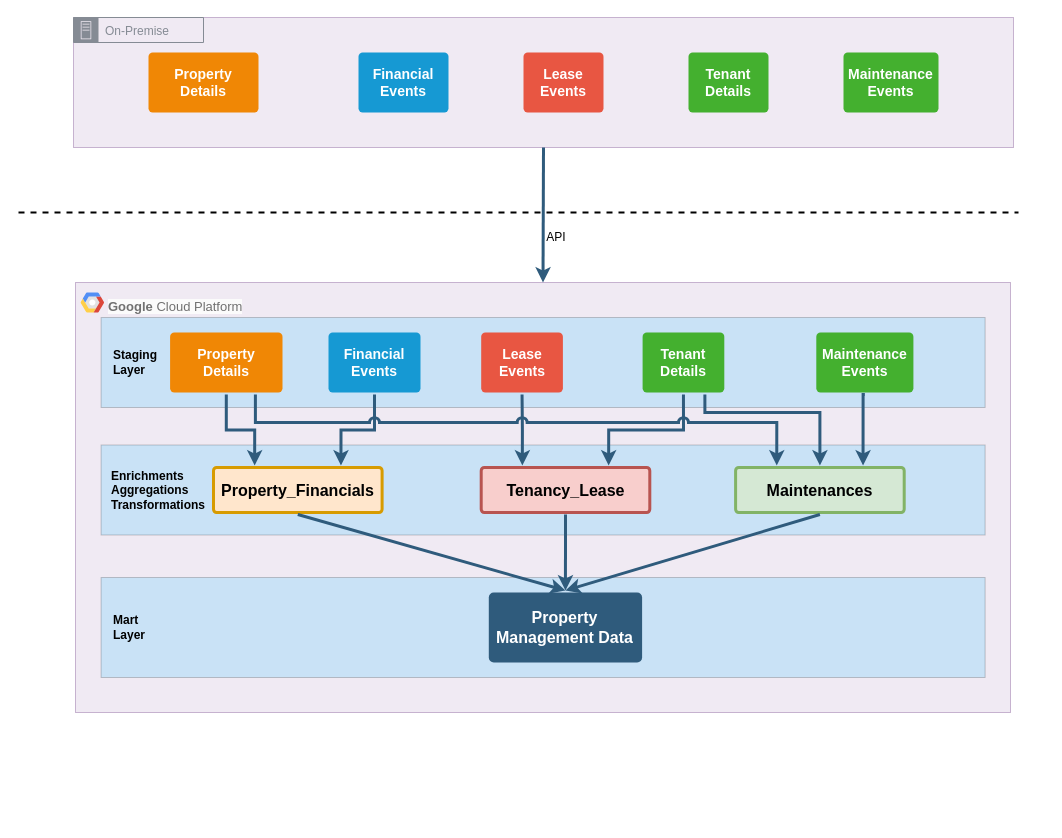
Before: PFP-Sample/PFP-HLD-Design.drawio in harshaldharme/ProjectSpaces, a draw.io diagram. Source tidied: cells renumbered, new cells numbered last; positions are measured from the earlier drawing's top-left corner, leaving out a move shared by most shapes. Both pictures are drawn from the tidied source at 100%, with x=0, y=0 at pixel (18, 17). Pictures stored in the file or linked from it are replaced by grey dashed boxes.
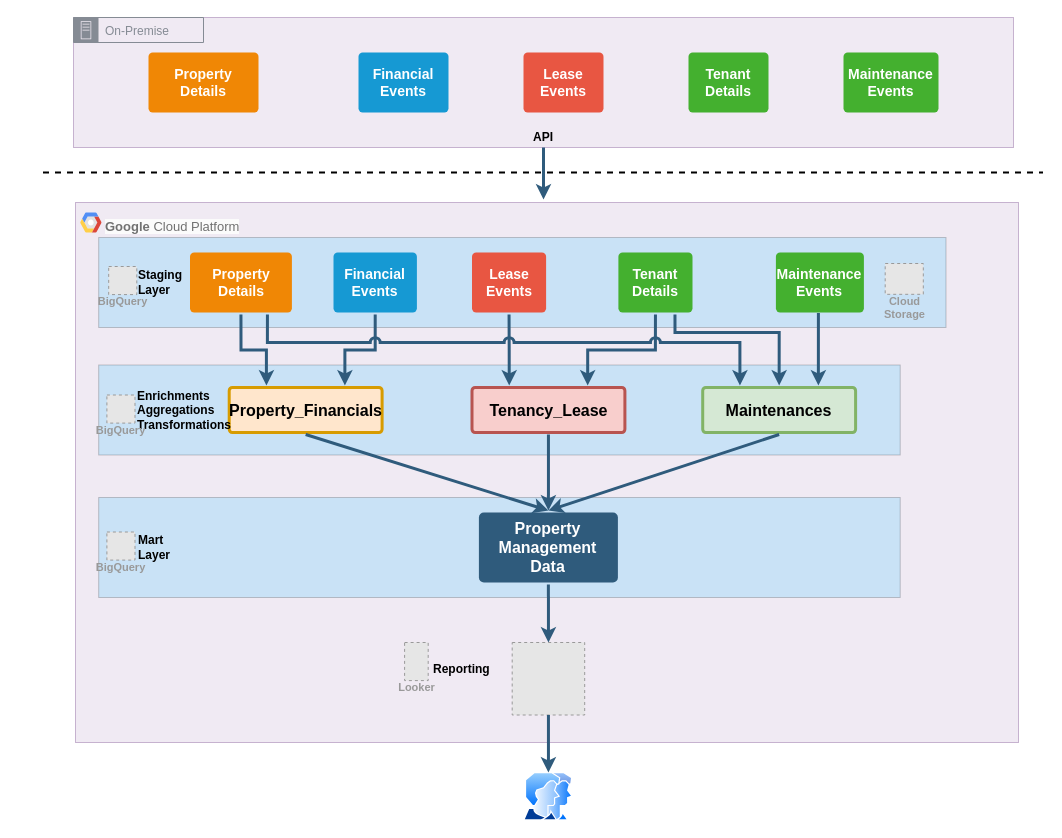
After the change.

Unchanged cells that the change refers to:
```xml
<mxCell id="33" style="rounded=0;whiteSpace=wrap;html=1;fillColor=#e1d5e7;strokeColor=#9673a6;opacity=50;" parent="32" vertex="1">
  <mxGeometry width="940" height="130" as="geometry" />
</mxCell>
```

What changed in the source:
```diff
@@
     <mxCell id="2" style="group;" parent="1" vertex="1">
-      <mxGeometry x="57" y="265" width="935" height="430" as="geometry" />
+      <mxGeometry x="57" y="185" width="943" height="548" as="geometry" />
     </mxCell>
     <mxCell id="3" style="rounded=0;whiteSpace=wrap;html=1;fillColor=#e1d5e7;strokeColor=#9673a6;opacity=50;" parent="2" vertex="1">
-      <mxGeometry width="935" height="430" as="geometry" />
+      <mxGeometry width="943" height="540" as="geometry" />
     </mxCell>
     <mxCell id="4" style="rounded=0;whiteSpace=wrap;html=1;opacity=20;fillColor=#30C1FF;" parent="2" vertex="1">
-      <mxGeometry x="25.6" y="295" width="884" height="100" as="geometry" />
+      <mxGeometry x="23.2" y="295" width="801.5" height="100" as="geometry" />
     </mxCell>
     <mxCell id="5" style="rounded=0;whiteSpace=wrap;html=1;opacity=20;fillColor=#30C1FF;" parent="2" vertex="1">
-      <mxGeometry x="25.6" y="35" width="884" height="90" as="geometry" />
+      <mxGeometry x="23.2" y="35" width="847.3" height="90" as="geometry" />
     </mxCell>
     <mxCell id="6" style="rounded=0;whiteSpace=wrap;html=1;opacity=20;fillColor=#30C1FF;" parent="2" vertex="1">
-      <mxGeometry x="25.6" y="162.5" width="884" height="90" as="geometry" />
+      <mxGeometry x="23.2" y="162.5" width="801.5" height="90" as="geometry" />
     </mxCell>
     <mxCell id="7" style="group;" parent="2" vertex="1">
-      <mxGeometry x="25.5" y="10" width="189" height="40" as="geometry" />
+      <mxGeometry x="23.2" y="10" width="171.4" height="40" as="geometry" />
     </mxCell>
     <mxCell id="8" style="shape=mxgraph.gcp2.google_cloud_platform;fillColor=#F6F6F6;strokeColor=none;shadow=0;gradientColor=none;" parent="7" vertex="1">
-      <mxGeometry x="-20.4" width="23.5" height="20" as="geometry">
+      <mxGeometry x="-18.5" width="21.3" height="20" as="geometry">
         <mxPoint x="20" y="10" as="offset" />
       </mxGeometry>
     </mxCell>
     <mxCell id="9" value="&lt;font style=&quot;font-size: 13px;&quot;&gt;&lt;b style=&quot;forced-color-adjust: none; color: rgb(113, 113, 113); font-family: Helvetica; font-style: normal; font-variant-ligatures: normal; font-variant-caps: normal; letter-spacing: normal; orphans: 2; text-align: left; text-indent: 0px; text-transform: none; widows: 2; word-spacing: 0px; -webkit-text-stroke-width: 0px; white-space: nowrap; background-color: rgb(251, 251, 251); text-decoration-thickness: initial; text-decoration-style: initial; text-decoration-color: initial;&quot;&gt;Google&amp;nbsp;&lt;/b&gt;&lt;span style=&quot;color: rgb(113, 113, 113); font-family: Helvetica; font-style: normal; font-variant-ligatures: normal; font-variant-caps: normal; font-weight: 400; letter-spacing: normal; orphans: 2; text-align: left; text-indent: 0px; text-transform: none; widows: 2; word-spacing: 0px; -webkit-text-stroke-width: 0px; white-space: nowrap; background-color: rgb(251, 251, 251); text-decoration-thickness: initial; text-decoration-style: initial; text-decoration-color: initial; float: none; display: inline !important;&quot;&gt;Cloud Platform&lt;/span&gt;&lt;/font&gt;" style="text;whiteSpace=wrap;html=1;" parent="7" vertex="1">
-      <mxGeometry x="5.1" width="183.9" height="40" as="geometry" />
+      <mxGeometry x="4.6" width="166.8" height="40" as="geometry" />
     </mxCell>
     <mxCell id="10" value="Financial Events" style="rounded=1;whiteSpace=wrap;html=1;shadow=0;labelBackgroundColor=none;strokeColor=none;strokeWidth=3;fillColor=#1699d3;fontFamily=Helvetica;fontSize=14;fontColor=#FFFFFF;align=center;spacing=5;fontStyle=1;arcSize=7;perimeterSpacing=2;" parent="2" vertex="1">
-      <mxGeometry x="253" y="50" width="92" height="60" as="geometry" />
+      <mxGeometry x="258" y="50" width="83.4" height="60" as="geometry" />
     </mxCell>
     <mxCell id="11" value="Lease Events" style="rounded=1;whiteSpace=wrap;html=1;shadow=0;labelBackgroundColor=none;strokeColor=none;strokeWidth=3;fillColor=#e85642;fontFamily=Helvetica;fontSize=14;fontColor=#FFFFFF;align=center;spacing=5;fontStyle=1;arcSize=7;perimeterSpacing=2;" parent="2" vertex="1">
-      <mxGeometry x="405.7" y="50" width="81.7" height="60" as="geometry" />
+      <mxGeometry x="396.5" y="50" width="74.1" height="60" as="geometry" />
     </mxCell>
     <mxCell id="12" value="Property_Financials" style="rounded=1;whiteSpace=wrap;html=1;shadow=0;labelBackgroundColor=none;strokeColor=#d79b00;strokeWidth=3;fillColor=#ffe6cc;fontFamily=Helvetica;fontSize=16;align=center;fontStyle=1;spacing=5;arcSize=7;perimeterSpacing=2;" parent="2" vertex="1">
-      <mxGeometry x="138" y="185" width="168.6" height="45" as="geometry" />
+      <mxGeometry x="153.7" y="185" width="152.9" height="45" as="geometry" />
     </mxCell>
@@
     <mxCell id="14" value="Tenant Details" style="rounded=1;whiteSpace=wrap;html=1;shadow=0;labelBackgroundColor=none;strokeColor=none;strokeWidth=3;fillColor=#44B02F;fontFamily=Helvetica;fontSize=14;fontColor=#FFFFFF;align=center;spacing=5;fontStyle=1;arcSize=7;perimeterSpacing=2;" parent="2" vertex="1">
-      <mxGeometry x="567.1" y="50" width="81.7" height="60" as="geometry" />
+      <mxGeometry x="542.9" y="50" width="74.1" height="60" as="geometry" />
     </mxCell>
     <mxCell id="15" value="Maintenance Events" style="rounded=1;whiteSpace=wrap;html=1;shadow=0;labelBackgroundColor=none;strokeColor=none;strokeWidth=3;fillColor=#44B02F;fontFamily=Helvetica;fontSize=14;fontColor=#FFFFFF;align=center;spacing=5;fontStyle=1;arcSize=7;perimeterSpacing=2;" parent="2" vertex="1">
-      <mxGeometry x="740.8" y="50" width="97.1" height="60" as="geometry" />
+      <mxGeometry x="700.4" y="50" width="88" height="60" as="geometry" />
     </mxCell>
     <mxCell id="16" value="Property Details" style="rounded=1;whiteSpace=wrap;html=1;shadow=0;labelBackgroundColor=none;strokeColor=none;strokeWidth=3;fillColor=#F08705;fontFamily=Helvetica;fontSize=14;fontColor=#FFFFFF;align=center;spacing=5;fontStyle=1;arcSize=7;perimeterSpacing=2;" parent="2" vertex="1">
-      <mxGeometry x="94.6" y="50" width="112.4" height="60" as="geometry" />
+      <mxGeometry x="114.5" y="50" width="101.9" height="60" as="geometry" />
     </mxCell>
@@
     <mxCell id="18" value="Property Management Data" style="rounded=1;whiteSpace=wrap;html=1;shadow=0;labelBackgroundColor=none;strokeColor=none;strokeWidth=3;fillColor=#2F5B7C;fontFamily=Helvetica;fontSize=16;fontColor=#FFFFFF;align=center;fontStyle=1;spacing=5;arcSize=7;perimeterSpacing=2;" parent="2" vertex="1">
-      <mxGeometry x="413.3" y="310" width="153.3" height="70" as="geometry" />
+      <mxGeometry x="403.4" y="310" width="139" height="70" as="geometry" />
     </mxCell>
     <mxCell id="19" value="Tenancy_Lease" style="rounded=1;whiteSpace=wrap;html=1;shadow=0;labelBackgroundColor=none;strokeColor=#b85450;strokeWidth=3;fillColor=#f8cecc;fontFamily=Helvetica;fontSize=16;align=center;fontStyle=1;spacing=5;arcSize=7;perimeterSpacing=2;" parent="2" vertex="1">
-      <mxGeometry x="405.7" y="185" width="168.6" height="45" as="geometry" />
+      <mxGeometry x="396.5" y="185" width="152.9" height="45" as="geometry" />
     </mxCell>
@@
     <mxCell id="22" value="Maintenances" style="rounded=1;whiteSpace=wrap;html=1;shadow=0;labelBackgroundColor=none;strokeColor=#82b366;strokeWidth=3;fillColor=#d5e8d4;fontFamily=Helvetica;fontSize=16;align=center;fontStyle=1;spacing=5;arcSize=7;perimeterSpacing=2;" parent="2" vertex="1">
-      <mxGeometry x="660.1" y="185" width="168.6" height="45" as="geometry" />
+      <mxGeometry x="627.2" y="185" width="152.9" height="45" as="geometry" />
     </mxCell>
     <mxCell id="23" style="edgeStyle=orthogonalEdgeStyle;rounded=0;jumpStyle=none;html=1;shadow=0;labelBackgroundColor=none;startArrow=classic;startFill=1;endArrow=none;endFill=0;jettySize=auto;strokeColor=#2F5B7C;strokeWidth=3;fontFamily=Helvetica;fontSize=16;fontColor=#23445D;spacing=5;entryX=0.75;entryY=1;entryDx=0;entryDy=0;exitX=0.5;exitY=0;exitDx=0;exitDy=0;" parent="2" edge="1" source="22" target="14">
       <mxGeometry relative="1" as="geometry">
         <Array as="points">
-          <mxPoint x="743.9" y="130" />
-          <mxPoint x="629.5" y="130" />
+          <mxPoint x="703.2" y="130" />
+          <mxPoint x="599.4" y="130" />
         </Array>
       </mxGeometry>
     </mxCell>
     <mxCell id="24" style="edgeStyle=orthogonalEdgeStyle;rounded=0;jumpStyle=none;html=1;shadow=0;labelBackgroundColor=none;startArrow=classic;startFill=1;endArrow=none;endFill=0;jettySize=auto;strokeColor=#2F5B7C;strokeWidth=3;fontFamily=Helvetica;fontSize=16;fontColor=#23445D;spacing=5;entryX=0.5;entryY=1;entryDx=0;entryDy=0;exitX=0.75;exitY=0;exitDx=0;exitDy=0;" parent="2" edge="1" source="22" target="15">
       <mxGeometry relative="1" as="geometry">
         <Array as="points">
-          <mxPoint x="786.8" y="112" />
+          <mxPoint x="742.1" y="112" />
         </Array>
       </mxGeometry>
     </mxCell>
     <mxCell id="25" style="edgeStyle=orthogonalEdgeStyle;rounded=0;jumpStyle=arc;html=1;shadow=0;labelBackgroundColor=none;startArrow=classic;startFill=1;endArrow=none;endFill=0;jettySize=auto;strokeColor=#2F5B7C;strokeWidth=3;fontFamily=Helvetica;fontSize=16;fontColor=#23445D;spacing=5;exitX=0.25;exitY=0;exitDx=0;exitDy=0;entryX=0.75;entryY=1;entryDx=0;entryDy=0;" parent="2" edge="1" source="22" target="16">
       <mxGeometry relative="1" as="geometry">
         <Array as="points">
-          <mxPoint x="701" y="140" />
-          <mxPoint x="180" y="140" />
+          <mxPoint x="664.3" y="140" />
+          <mxPoint x="191.9" y="140" />
         </Array>
       </mxGeometry>
     </mxCell>
@@
     <mxCell id="29" value="&lt;b&gt;Enrichments&lt;br&gt;Aggregations&lt;br&gt;Transformations&lt;/b&gt;" style="text;html=1;align=left;verticalAlign=middle;whiteSpace=wrap;rounded=0;" parent="2" vertex="1">
-      <mxGeometry x="34" y="192.5" width="60" height="30" as="geometry" />
+      <mxGeometry x="59.5" y="192.5" width="54.4" height="30" as="geometry" />
     </mxCell>
     <mxCell id="30" value="&lt;b&gt;Staging Layer&lt;/b&gt;" style="text;html=1;align=left;verticalAlign=middle;whiteSpace=wrap;rounded=0;" parent="2" vertex="1">
-      <mxGeometry x="36" y="65" width="60" height="30" as="geometry" />
+      <mxGeometry x="61.3" y="65" width="54.4" height="30" as="geometry" />
     </mxCell>
     <mxCell id="31" value="&lt;b&gt;Mart Layer&lt;/b&gt;" style="text;html=1;align=left;verticalAlign=middle;whiteSpace=wrap;rounded=0;" parent="2" vertex="1">
-      <mxGeometry x="36" y="330" width="60" height="30" as="geometry" />
+      <mxGeometry x="61.3" y="330" width="54.4" height="30" as="geometry" />
     </mxCell>
+    <mxCell id="43" value="BigQuery" style="fillColor=#E6E6E6;strokeColor=#999999;dashed=1;html=1;verticalAlign=top;labelPosition=center;verticalLabelPosition=bottom;align=center;spacingTop=-6;fontSize=11;fontStyle=1;fontColor=#999999;" parent="2" vertex="1">
+      <mxGeometry x="33.2" y="64" width="28.1" height="28.1" as="geometry" />
+    </mxCell>
+    <mxCell id="44" value="BigQuery" style="fillColor=#E6E6E6;strokeColor=#999999;dashed=1;html=1;verticalAlign=top;labelPosition=center;verticalLabelPosition=bottom;align=center;spacingTop=-6;fontSize=11;fontStyle=1;fontColor=#999999;" parent="2" vertex="1">
+      <mxGeometry x="31.4" y="192.5" width="28.1" height="28.1" as="geometry" />
+    </mxCell>
+    <mxCell id="45" value="BigQuery" style="fillColor=#E6E6E6;strokeColor=#999999;dashed=1;html=1;verticalAlign=top;labelPosition=center;verticalLabelPosition=bottom;align=center;spacingTop=-6;fontSize=11;fontStyle=1;fontColor=#999999;" parent="2" vertex="1">
+      <mxGeometry x="31.4" y="329.5" width="28.1" height="28.1" as="geometry" />
+    </mxCell>
+    <mxCell id="46" style="rounded=0;jumpStyle=none;html=1;shadow=0;labelBackgroundColor=none;startArrow=classic;startFill=1;endArrow=none;endFill=0;jettySize=auto;strokeColor=#2F5B7C;strokeWidth=3;fontFamily=Helvetica;fontSize=16;fontColor=#23445D;spacing=5;exitX=0.5;exitY=0;exitDx=0;exitDy=0;entryX=0.5;entryY=1;entryDx=0;entryDy=0;" parent="2" edge="1" source="47" target="18">
+      <mxGeometry relative="1" as="geometry" />
+    </mxCell>
+    <mxCell id="47" style="fillColor=#E6E6E6;strokeColor=#999999;dashed=1;html=1;verticalAlign=top;verticalLabelPosition=bottom;labelBackgroundColor=#ffffff;" parent="2" vertex="1">
+      <mxGeometry x="436.7" y="440" width="72.5" height="72.5" as="geometry" />
+    </mxCell>
+    <mxCell id="48" value="Looker" style="fillColor=#E6E6E6;strokeColor=#999999;dashed=1;html=1;verticalAlign=top;labelPosition=center;verticalLabelPosition=bottom;align=center;spacingTop=-6;fontSize=11;fontStyle=1;fontColor=#999999;" parent="2" vertex="1">
+      <mxGeometry x="329.1" y="440" width="23.6" height="38.1" as="geometry" />
+    </mxCell>
+    <mxCell id="49" value="&lt;b&gt;Reporting&lt;/b&gt;" style="text;html=1;align=left;verticalAlign=middle;whiteSpace=wrap;rounded=0;" parent="2" vertex="1">
+      <mxGeometry x="356.3" y="452" width="54.4" height="30" as="geometry" />
+    </mxCell>
+    <mxCell id="50" value="Cloud&#10;Storage" style="fillColor=#E6E6E6;strokeColor=#999999;dashed=1;html=1;verticalAlign=top;labelPosition=center;verticalLabelPosition=bottom;align=center;spacingTop=-6;fontSize=11;fontStyle=1;fontColor=#999999;" parent="2" vertex="1">
+      <mxGeometry x="809.7" y="61" width="38.1" height="30.8" as="geometry" />
+    </mxCell>
     <mxCell id="32" style="group;" parent="1" vertex="1">
-      <mxGeometry x="55" width="940" height="130" as="geometry" />
+      <mxGeometry x="55" width="940" height="135" as="geometry" />
     </mxCell>
@@
-    <mxCell id="39" style="edgeStyle=none;rounded=0;jumpStyle=none;html=1;shadow=0;labelBackgroundColor=none;startArrow=classic;startFill=1;endArrow=none;endFill=0;jettySize=auto;strokeColor=#2F5B7C;strokeWidth=3;fontFamily=Helvetica;fontSize=16;fontColor=#23445D;spacing=5;exitX=0.5;exitY=0;exitDx=0;exitDy=0;entryX=0.5;entryY=1;entryDx=0;entryDy=0;" parent="1" edge="1" source="3" target="33">
-      <mxGeometry relative="1" as="geometry" />
-    </mxCell>
+    <mxCell id="42" value="API" style="text;html=1;align=center;verticalAlign=middle;whiteSpace=wrap;rounded=0;fontStyle=1;" parent="32" vertex="1">
+      <mxGeometry x="440" y="105" width="60" height="30" as="geometry" />
+    </mxCell>
@@
     <mxCell id="41" style="endArrow=none;dashed=1;html=1;rounded=0;strokeWidth=2;" parent="1" edge="1">
       <mxGeometry relative="1" as="geometry">
-        <mxPoint y="195" as="sourcePoint" />
-        <mxPoint x="1000" y="195" as="targetPoint" />
+        <mxPoint x="24.5" y="155" as="sourcePoint" />
+        <mxPoint x="1024.5" y="155" as="targetPoint" />
       </mxGeometry>
     </mxCell>
-    <mxCell id="42" value="API" style="text;html=1;align=center;verticalAlign=middle;whiteSpace=wrap;rounded=0;" parent="1" vertex="1">
-      <mxGeometry x="508" y="205" width="60" height="30" as="geometry" />
-    </mxCell>
+    <mxCell id="51" style="image;perimeter=ellipsePerimeter;html=1;align=center;shadow=0;dashed=0;spacingTop=3;image=img/lib/active_directory/user_accounts.svg;" parent="1" vertex="1">
+      <mxGeometry x="504.9" y="755" width="50" height="48.5" as="geometry" />
+    </mxCell>
+    <mxCell id="52" style="rounded=0;jumpStyle=none;html=1;shadow=0;labelBackgroundColor=none;startArrow=classic;startFill=1;endArrow=none;endFill=0;jettySize=auto;strokeColor=#2F5B7C;strokeWidth=3;fontFamily=Helvetica;fontSize=16;fontColor=#23445D;spacing=5;exitX=0.5;exitY=0;exitDx=0;exitDy=0;entryX=0.5;entryY=1;entryDx=0;entryDy=0;" parent="1" edge="1" source="51" target="47">
+      <mxGeometry relative="1" as="geometry" />
+    </mxCell>
+    <mxCell id="53" style="edgeStyle=orthogonalEdgeStyle;rounded=0;jettySize=auto;html=1;exitX=0.5;exitY=1;exitDx=0;exitDy=0;strokeWidth=3;strokeColor=#2F5B7C;" parent="1" edge="1" source="33">
+      <mxGeometry relative="1" as="geometry">
+        <mxPoint x="525" y="182" as="targetPoint" />
+        <Array as="points">
+          <mxPoint x="525" y="182" />
+        </Array>
+      </mxGeometry>
+    </mxCell>
```
